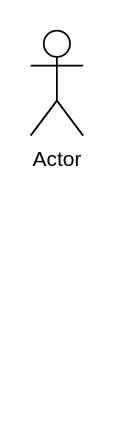
Above: Ata.drawio in Regis-Dias/Ata_Digital (draw.io), before the change. Source tidied: cells renumbered, new cells numbered last; positions are measured from the earlier drawing's top-left corner, leaving out a move shared by most shapes. Both pictures are drawn from the tidied source at 175%, with x=0, y=0 at pixel (30, 30).
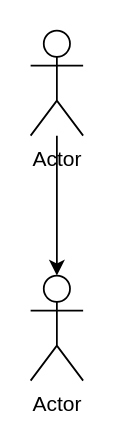
The same diagram, later.

Commit message:
coloquei outro autor para testar

What changed in the source:
```diff
@@
 <mxGraphModel>
   <root>
     <mxCell id="0" />
     <mxCell id="1" parent="0" />
+    <mxCell id="3" style="edgeStyle=orthogonalEdgeStyle;rounded=0;jettySize=auto;html=1;" parent="1" edge="1" source="2" target="4">
+      <mxGeometry relative="1" as="geometry" />
+    </mxCell>
     <mxCell id="2" value="Actor" style="shape=umlActor;verticalLabelPosition=bottom;verticalAlign=top;html=1;outlineConnect=0;" parent="1" vertex="1">
       <mxGeometry width="30" height="60" as="geometry" />
     </mxCell>
+    <mxCell id="4" value="Actor" style="shape=umlActor;verticalLabelPosition=bottom;verticalAlign=top;html=1;outlineConnect=0;" parent="1" vertex="1">
+      <mxGeometry y="140" width="30" height="60" as="geometry" />
+    </mxCell>
   </root>
 </mxGraphModel>
```
